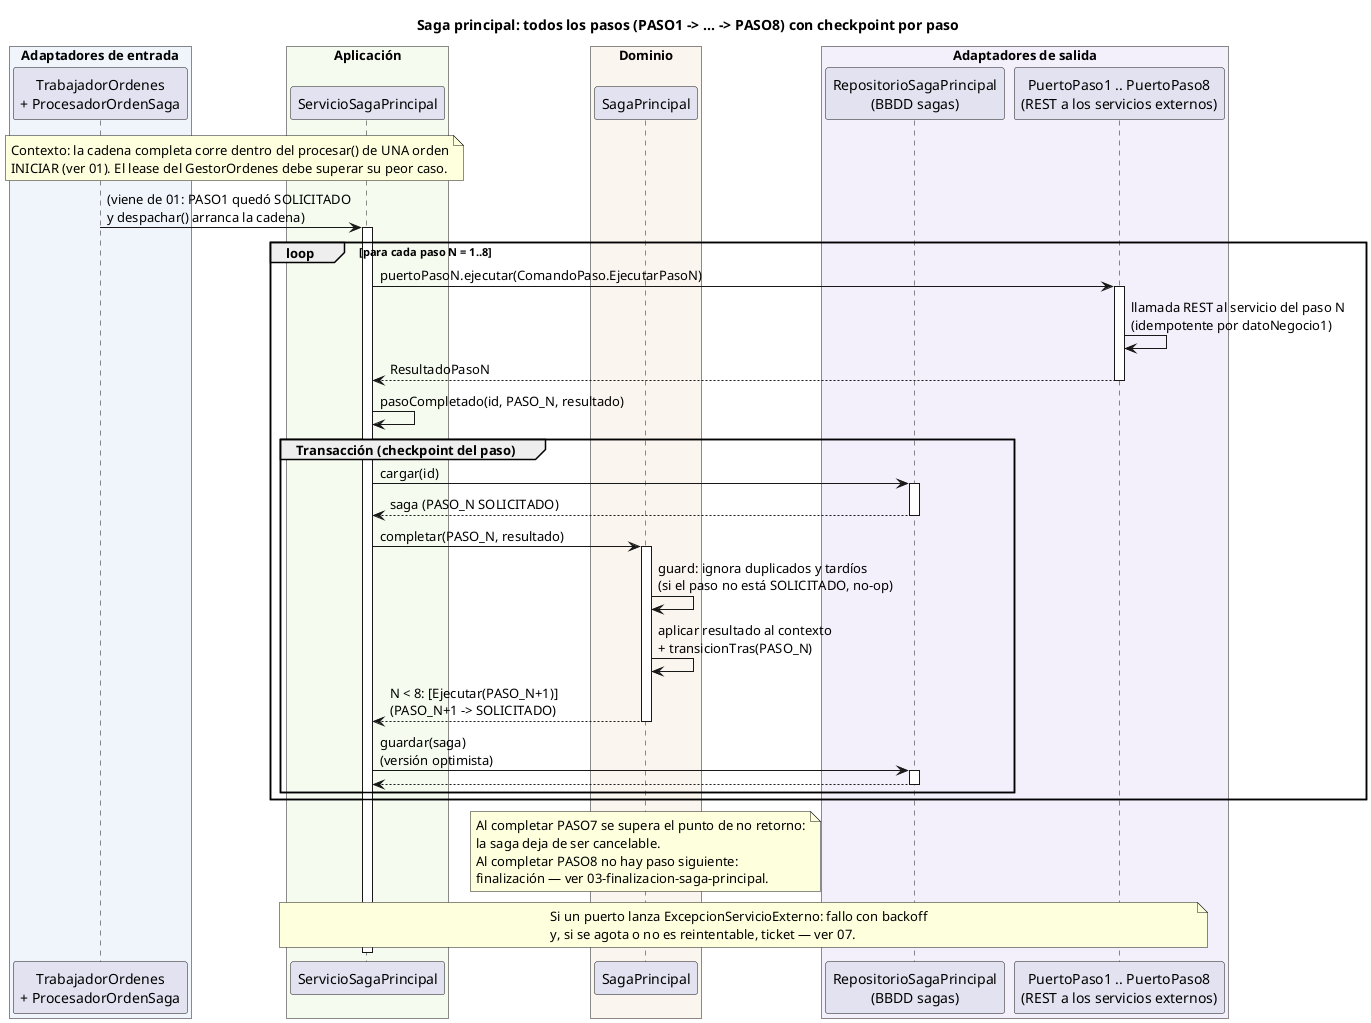
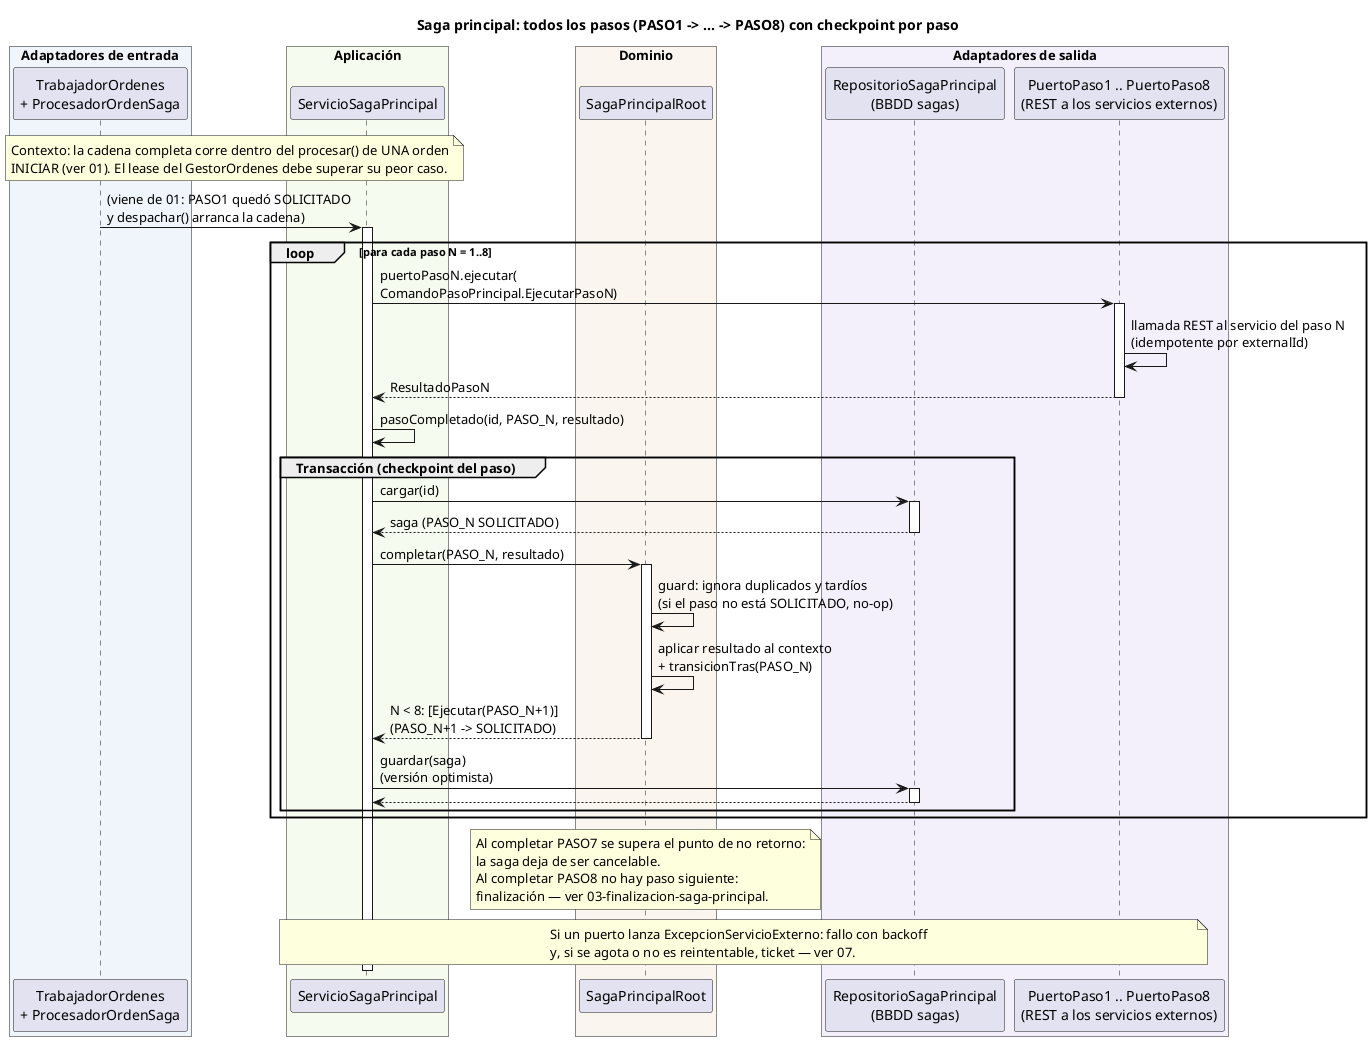
@startuml 02-pasos-saga-principal
title Saga principal: todos los pasos (PASO1 -> ... -> PASO8) con checkpoint por paso

box "Adaptadores de entrada" #EFF5FB
  participant "TrabajadorOrdenes\n+ ProcesadorOrdenSaga" as TRAB
end box
box "Aplicación" #F5FBEF
  participant "ServicioSagaPrincipal" as SVC
end box
box "Dominio" #FBF5EF
-   participant "SagaPrincipal" as SAGA
+   participant "SagaPrincipalRoot" as SAGA
end box
box "Adaptadores de salida" #F3EFFB
  participant "RepositorioSagaPrincipal\n(BBDD sagas)" as REPO
  participant "PuertoPaso1 .. PuertoPaso8\n(REST a los servicios externos)" as PASOS
end box

note over TRAB, SVC
  Contexto: la cadena completa corre dentro del procesar() de UNA orden
  INICIAR (ver 01). El lease del GestorOrdenes debe superar su peor caso.
end note

TRAB -> SVC ++ : (viene de 01: PASO1 quedó SOLICITADO\ny despachar() arranca la cadena)

loop para cada paso N = 1..8
-   SVC -> PASOS ++ : puertoPasoN.ejecutar(ComandoPaso.EjecutarPasoN)
-   PASOS -> PASOS : llamada REST al servicio del paso N\n(idempotente por datoNegocio1)
+   SVC -> PASOS ++ : puertoPasoN.ejecutar(\nComandoPasoPrincipal.EjecutarPasoN)
+   PASOS -> PASOS : llamada REST al servicio del paso N\n(idempotente por externalId)
  return ResultadoPasoN

  SVC -> SVC : pasoCompletado(id, PASO_N, resultado)
  group Transacción (checkpoint del paso)
    SVC -> REPO ++ : cargar(id)
    return saga (PASO_N SOLICITADO)
    SVC -> SAGA ++ : completar(PASO_N, resultado)
    SAGA -> SAGA : guard: ignora duplicados y tardíos\n(si el paso no está SOLICITADO, no-op)
    SAGA -> SAGA : aplicar resultado al contexto\n+ transicionTras(PASO_N)
    return N < 8: [Ejecutar(PASO_N+1)]\n(PASO_N+1 -> SOLICITADO)
    SVC -> REPO ++ : guardar(saga)\n(versión optimista)
    return
  end
end

note over SAGA
  Al completar PASO7 se supera el punto de no retorno:
  la saga deja de ser cancelable.
  Al completar PASO8 no hay paso siguiente:
  finalización — ver 03-finalizacion-saga-principal.
end note

note over SVC, PASOS
  Si un puerto lanza ExcepcionServicioExterno: fallo con backoff
  y, si se agota o no es reintentable, ticket — ver 07.
end note
deactivate SVC
@enduml
